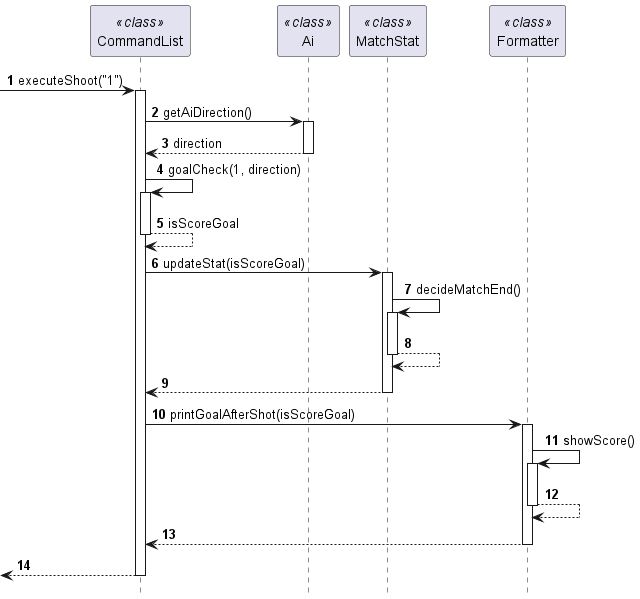
Before: docs/diagrams/MatchStatSequential.png, a diagram exported from PlantUML (runxinghuan/tp).
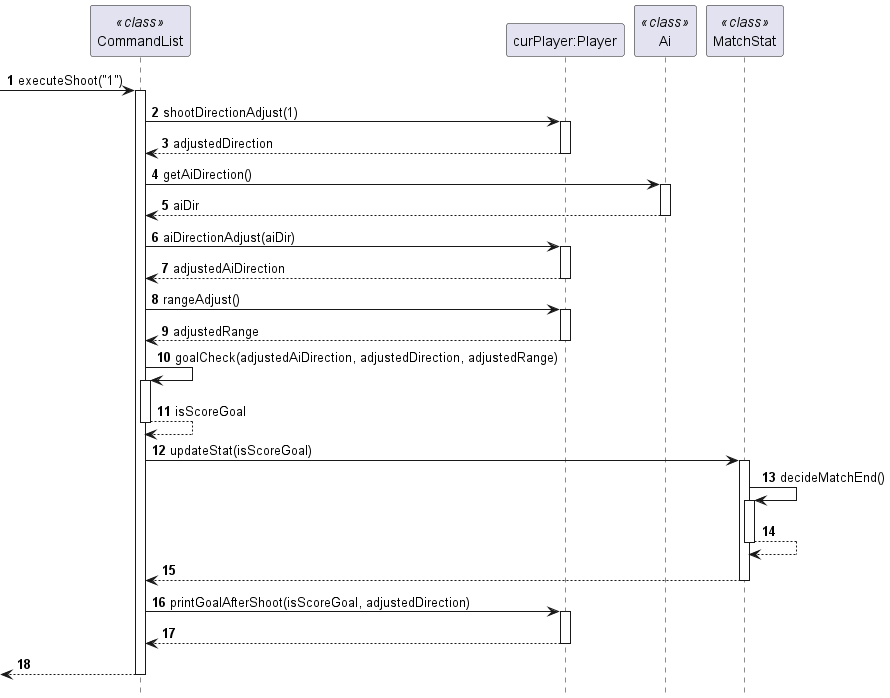
After the commit.

The edit, as a diff of the source:
```diff
@@ -7,12 +7,25 @@
  -> CommandList: executeShoot("1")
 activate CommandList
 
+participant "curPlayer:Player" as Player
+CommandList -> Player: shootDirectionAdjust(1)
+activate Player
+return adjustedDirection
+
 participant Ai << class >>
 CommandList -> Ai: getAiDirection()
 activate Ai
-return direction
+return aiDir
 
-CommandList -> CommandList: goalCheck(1, direction)
+CommandList -> Player: aiDirectionAdjust(aiDir)
+activate Player
+return adjustedAiDirection
+
+CommandList -> Player: rangeAdjust()
+activate Player
+return adjustedRange
+
+CommandList -> CommandList: goalCheck(adjustedAiDirection, adjustedDirection, adjustedRange)
 activate CommandList
 return isScoreGoal
 
@@ -25,12 +38,9 @@
 
 return
 
-participant Formatter << class >>
-CommandList -> Formatter: printGoalAfterShot(isScoreGoal)
-activate Formatter
-Formatter -> Formatter: showScore()
-activate Formatter
-return
+
+CommandList -> Player: printGoalAfterShoot(isScoreGoal, adjustedDirection)
+activate Player
 
 return
 
```
